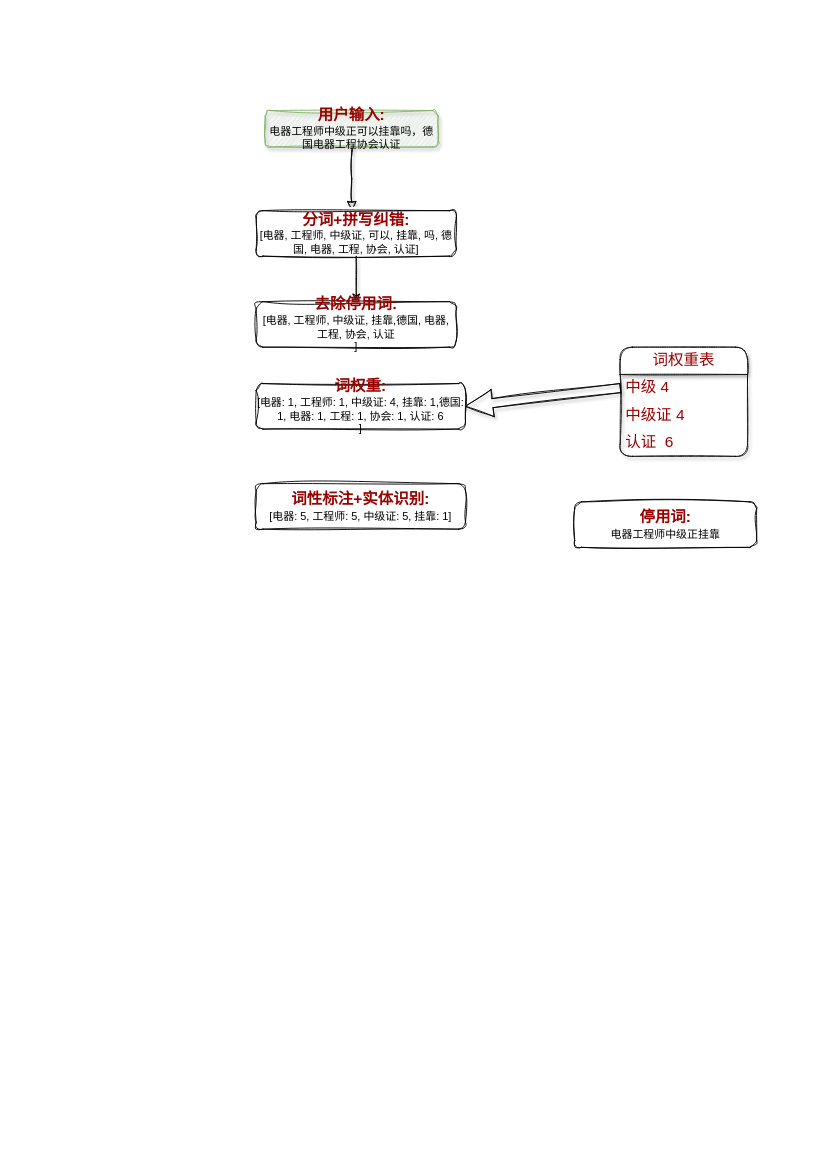
xuhaowork/myStudio keeps this draw.io diagram as 未命名绘图.drawio. Above is the earlier version. Source tidied: cells renumbered, new cells numbered last; positions are measured from the earlier drawing's top-left corner, leaving out a move shared by most shapes. Both pictures are drawn from the tidied source at 91%, with x=0, y=0 at pixel (256, 110).
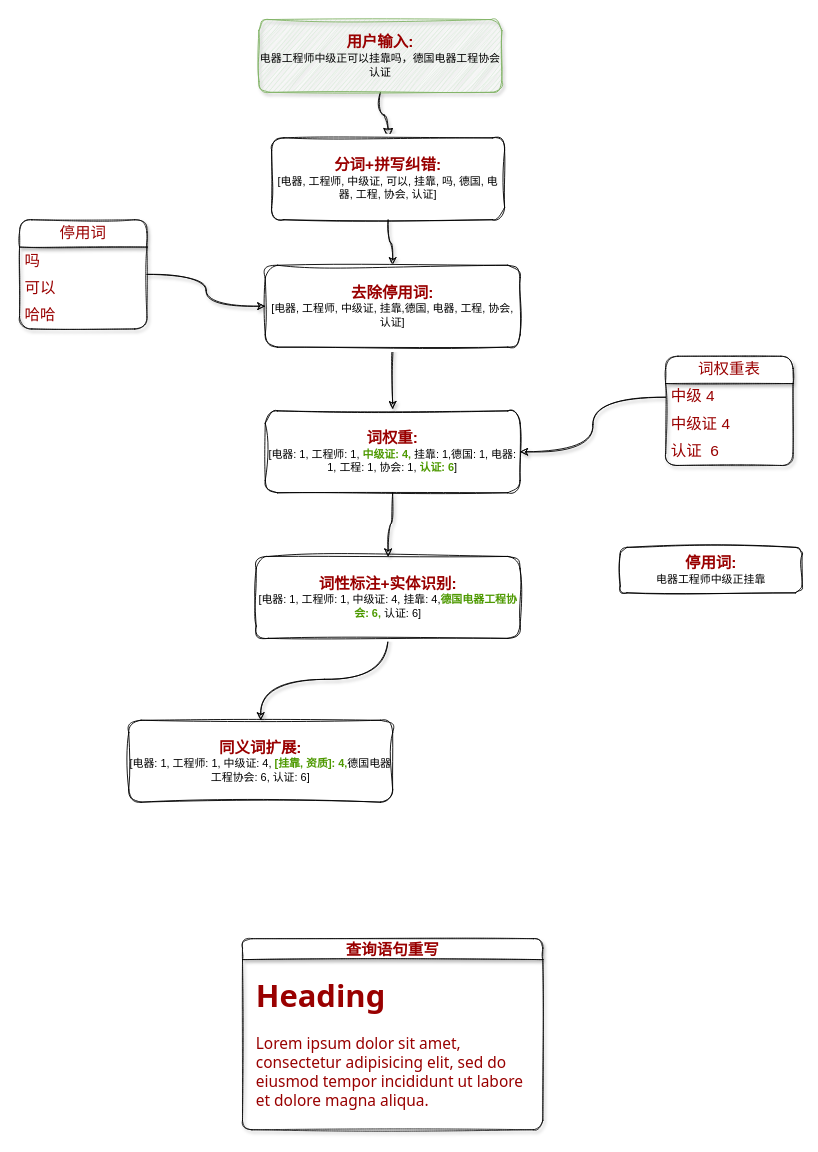
The same page after the edit.

Commit message (it also covers changes not shown here):
更新未命名绘图.drawio

Unchanged cells that the change refers to:
```xml
<mxCell id="11" value="中级 4" style="text;strokeColor=none;fillColor=none;align=left;verticalAlign=middle;spacingLeft=4;spacingRight=4;overflow=hidden;points=[[0,0.5],[1,0.5]];portConstraint=eastwest;whiteSpace=wrap;html=1;fontSize=17;fontColor=#990000;" parent="10" vertex="1">
  <mxGeometry y="30" width="140" height="30" as="geometry" />
</mxCell>
```

What changed in the source:
```diff
@@
-    <mxCell id="2" style="rounded=0;html=1;jettySize=auto;fontSize=11;endArrow=block;endFill=0;endSize=8;strokeWidth=1;shadow=1;labelBackgroundColor=none;edgeStyle=elbowEdgeStyle;sketch=1;curveFitting=1;jiggle=2;" parent="1" edge="1" source="3" target="5">
+    <mxCell id="2" style="rounded=0;html=1;jettySize=auto;fontSize=11;endArrow=block;endFill=0;endSize=8;strokeWidth=1;shadow=1;labelBackgroundColor=none;edgeStyle=orthogonalEdgeStyle;sketch=1;curveFitting=1;jiggle=2;curved=1;" parent="1" edge="1" source="3" target="5">
       <mxGeometry relative="1" as="geometry" />
     </mxCell>
-    <mxCell id="3" value="&lt;b style=&quot;font-size: 17px;&quot;&gt;&lt;font style=&quot;font-size: 17px;&quot; color=&quot;#990000&quot;&gt;用户输入:&lt;/font&gt;&lt;br&gt;&lt;/b&gt;电器工程师中级正可以挂靠吗，德国电器工程协会认证" style="rounded=1;whiteSpace=wrap;html=1;fontSize=12;glass=0;strokeWidth=1;shadow=1;sketch=1;curveFitting=1;jiggle=2;fillColor=#d5e8d4;strokeColor=#82b366;" parent="1" vertex="1">
-      <mxGeometry x="10" width="190" height="40" as="geometry" />
+    <mxCell id="3" value="&lt;b style=&quot;font-size: 17px;&quot;&gt;&lt;font style=&quot;font-size: 17px;&quot; color=&quot;#990000&quot;&gt;用户输入:&lt;/font&gt;&lt;br&gt;&lt;/b&gt;&lt;font face=&quot;Tahoma&quot;&gt;电器工程师中级正可以挂靠吗，德国电器工程协会认证&lt;/font&gt;" style="rounded=1;whiteSpace=wrap;html=1;fontSize=12;glass=0;strokeWidth=1;shadow=1;sketch=1;curveFitting=1;jiggle=2;fillColor=#d5e8d4;strokeColor=#82b366;" parent="1" vertex="1">
+      <mxGeometry x="3" y="-100" width="267" height="80" as="geometry" />
     </mxCell>
-    <mxCell id="4" style="edgeStyle=elbowEdgeStyle;rounded=0;sketch=1;jettySize=auto;html=1;exitX=0.5;exitY=1;exitDx=0;exitDy=0;shadow=1;fontSize=17;fontColor=#990000;" parent="1" edge="1" source="5" target="6">
+    <mxCell id="4" style="edgeStyle=orthogonalEdgeStyle;rounded=0;sketch=1;jettySize=auto;html=1;exitX=0.5;exitY=1;exitDx=0;exitDy=0;shadow=1;fontSize=17;fontColor=#990000;curved=1;" parent="1" edge="1" source="5" target="6">
       <mxGeometry relative="1" as="geometry" />
     </mxCell>
     <mxCell id="5" value="&lt;b style=&quot;border-color: var(--border-color); font-size: 17px;&quot;&gt;&lt;font style=&quot;border-color: var(--border-color);&quot; color=&quot;#990000&quot;&gt;分词+拼写纠错:&lt;/font&gt;&lt;br style=&quot;border-color: var(--border-color);&quot;&gt;&lt;/b&gt;[电器, 工程师, 中级证, 可以, 挂靠, 吗, 德国, 电器, 工程, 协会, 认证]" style="rounded=1;whiteSpace=wrap;html=1;fontSize=12;glass=0;strokeWidth=1;shadow=0;sketch=1;curveFitting=1;jiggle=2;" parent="1" vertex="1">
-      <mxGeometry y="110" width="220" height="50" as="geometry" />
+      <mxGeometry x="17" y="30" width="256" height="90" as="geometry" />
     </mxCell>
+    <mxCell id="15" style="edgeStyle=orthogonalEdgeStyle;rounded=0;sketch=1;jettySize=auto;html=1;exitX=0.5;exitY=1;exitDx=0;exitDy=0;shadow=1;fontFamily=Tahoma;fontSize=17;fontColor=#990000;targetPerimeterSpacing=2;curved=1;" parent="1" edge="1" source="6" target="8">
+      <mxGeometry relative="1" as="geometry" />
+    </mxCell>
-    <mxCell id="6" value="&lt;b style=&quot;border-color: var(--border-color); font-size: 17px;&quot;&gt;&lt;font style=&quot;border-color: var(--border-color);&quot; color=&quot;#990000&quot;&gt;去除停用词:&lt;br&gt;&lt;/font&gt;&lt;/b&gt;[电器, 工程师, 中级证, 挂靠,德国, 电器, 工程, 协会, 认证&lt;br&gt;]" style="rounded=1;whiteSpace=wrap;html=1;fontSize=12;glass=0;strokeWidth=1;shadow=0;sketch=1;curveFitting=1;jiggle=2;" parent="1" vertex="1">
-      <mxGeometry y="210" width="220" height="50" as="geometry" />
+    <mxCell id="6" value="&lt;b style=&quot;border-color: var(--border-color); font-size: 17px;&quot;&gt;&lt;font style=&quot;border-color: var(--border-color);&quot; color=&quot;#990000&quot;&gt;去除停用词:&lt;br&gt;&lt;/font&gt;&lt;/b&gt;[电器, 工程师, 中级证, 挂靠,德国, 电器, 工程, 协会, 认证]" style="rounded=1;whiteSpace=wrap;html=1;fontSize=12;glass=0;strokeWidth=1;shadow=0;sketch=1;curveFitting=1;jiggle=2;" parent="1" vertex="1">
+      <mxGeometry x="10" y="170" width="280" height="90" as="geometry" />
     </mxCell>
     <mxCell id="7" value="&lt;b style=&quot;border-color: var(--border-color); font-size: 17px;&quot;&gt;&lt;font style=&quot;border-color: var(--border-color);&quot; color=&quot;#990000&quot;&gt;停用词:&lt;/font&gt;&lt;br style=&quot;border-color: var(--border-color);&quot;&gt;&lt;/b&gt;电器工程师中级正挂靠" style="rounded=1;whiteSpace=wrap;html=1;fontSize=12;glass=0;strokeWidth=1;shadow=0;sketch=1;curveFitting=1;jiggle=2;" parent="1" vertex="1">
-      <mxGeometry x="350" y="430" width="200" height="50" as="geometry" />
+      <mxGeometry x="400" y="480" width="200" height="50" as="geometry" />
     </mxCell>
+    <mxCell id="16" style="edgeStyle=orthogonalEdgeStyle;curved=1;rounded=0;sketch=1;jettySize=auto;html=1;entryX=0.5;entryY=0;entryDx=0;entryDy=0;shadow=1;fontFamily=Tahoma;fontSize=17;fontColor=#990000;targetPerimeterSpacing=2;" parent="1" edge="1" source="8" target="9">
+      <mxGeometry relative="1" as="geometry" />
+    </mxCell>
-    <mxCell id="8" value="&lt;b style=&quot;border-color: var(--border-color); font-size: 17px;&quot;&gt;&lt;font style=&quot;border-color: var(--border-color);&quot; color=&quot;#990000&quot;&gt;词权重:&lt;/font&gt;&lt;br style=&quot;border-color: var(--border-color);&quot;&gt;&lt;/b&gt;[电器: 1, 工程师: 1, 中级证: 4, 挂靠: 1,德国: 1, 电器: 1, 工程: 1, 协会: 1, 认证: 6&lt;br&gt;]" style="rounded=1;whiteSpace=wrap;html=1;fontSize=12;glass=0;strokeWidth=1;shadow=0;sketch=1;curveFitting=1;jiggle=2;" parent="1" vertex="1">
-      <mxGeometry y="300" width="230" height="50" as="geometry" />
+    <mxCell id="8" value="&lt;b style=&quot;border-color: var(--border-color); font-size: 17px;&quot;&gt;&lt;font style=&quot;border-color: var(--border-color);&quot; color=&quot;#990000&quot;&gt;词权重:&lt;/font&gt;&lt;br style=&quot;border-color: var(--border-color);&quot;&gt;&lt;/b&gt;[电器: 1, 工程师: 1, &lt;b&gt;&lt;font color=&quot;#4d9900&quot;&gt;中级证: 4, &lt;/font&gt;&lt;/b&gt;挂靠: 1,德国: 1, 电器: 1, 工程: 1, 协会: 1, &lt;b&gt;&lt;font color=&quot;#4d9900&quot;&gt;认证: 6&lt;/font&gt;&lt;/b&gt;]" style="rounded=1;whiteSpace=wrap;html=1;fontSize=12;glass=0;strokeWidth=1;shadow=0;sketch=1;curveFitting=1;jiggle=2;" parent="1" vertex="1">
+      <mxGeometry x="10" y="330" width="280" height="90" as="geometry" />
     </mxCell>
+    <mxCell id="17" style="edgeStyle=orthogonalEdgeStyle;curved=1;rounded=0;sketch=1;jettySize=auto;html=1;entryX=0.5;entryY=0;entryDx=0;entryDy=0;shadow=1;fontFamily=Tahoma;fontSize=17;fontColor=#990000;targetPerimeterSpacing=2;" parent="1" edge="1" source="9" target="25">
+      <mxGeometry relative="1" as="geometry" />
+    </mxCell>
-    <mxCell id="9" value="&lt;b style=&quot;border-color: var(--border-color); font-size: 17px;&quot;&gt;&lt;font style=&quot;border-color: var(--border-color);&quot; color=&quot;#990000&quot;&gt;词性标注+实体识别:&lt;/font&gt;&lt;br style=&quot;border-color: var(--border-color);&quot;&gt;&lt;/b&gt;[电器: 5, 工程师: 5, 中级证: 5, 挂靠: 1]" style="rounded=1;whiteSpace=wrap;html=1;fontSize=12;glass=0;strokeWidth=1;shadow=0;sketch=1;curveFitting=1;jiggle=2;" parent="1" vertex="1">
-      <mxGeometry y="410" width="230" height="50" as="geometry" />
+    <mxCell id="9" value="&lt;b style=&quot;border-color: var(--border-color); font-size: 17px;&quot;&gt;&lt;font style=&quot;border-color: var(--border-color);&quot; color=&quot;#990000&quot;&gt;词性标注+实体识别:&lt;/font&gt;&lt;br style=&quot;border-color: var(--border-color);&quot;&gt;&lt;/b&gt;[电器: 1, 工程师: 1, 中级证: 4, 挂靠: 4,&lt;b&gt;&lt;font color=&quot;#4d9900&quot;&gt;德国电器工程协会: 6, &lt;/font&gt;&lt;/b&gt;认证: 6]" style="rounded=1;whiteSpace=wrap;html=1;fontSize=12;glass=0;strokeWidth=1;shadow=0;sketch=1;curveFitting=1;jiggle=2;" parent="1" vertex="1">
+      <mxGeometry y="490" width="290" height="90" as="geometry" />
     </mxCell>
     <mxCell id="10" value="词权重表" style="swimlane;fontStyle=0;horizontal=1;startSize=30;whiteSpace=wrap;html=1;rounded=1;shadow=1;sketch=1;fontSize=17;fontColor=#990000;dashed=1;dashPattern=1 1;" parent="1" vertex="1">
-      <mxGeometry x="400" y="260" width="140" height="120" as="geometry" />
+      <mxGeometry x="450" y="270" width="140" height="120" as="geometry" />
     </mxCell>
@@
-    <mxCell id="14" style="edgeStyle=elbowEdgeStyle;rounded=0;sketch=1;jettySize=auto;html=1;entryX=1;entryY=0.5;entryDx=0;entryDy=0;shadow=1;fontSize=17;fontColor=#990000;shape=arrow;targetPerimeterSpacing=2;" parent="1" edge="1" source="11" target="8">
+    <mxCell id="14" style="edgeStyle=orthogonalEdgeStyle;rounded=0;sketch=1;jettySize=auto;html=1;entryX=1;entryY=0.5;entryDx=0;entryDy=0;shadow=1;fontSize=17;fontColor=#990000;targetPerimeterSpacing=2;curved=1;" parent="1" edge="1" source="11" target="8">
       <mxGeometry relative="1" as="geometry" />
     </mxCell>
+    <mxCell id="18" style="edgeStyle=orthogonalEdgeStyle;rounded=0;sketch=1;jettySize=auto;html=1;entryX=0;entryY=0.5;entryDx=0;entryDy=0;shadow=1;fontFamily=Tahoma;fontSize=17;fontColor=#990000;targetPerimeterSpacing=2;elbow=vertical;curved=1;" parent="1" edge="1" source="19" target="6">
+      <mxGeometry relative="1" as="geometry" />
+    </mxCell>
+    <mxCell id="19" value="停用词" style="swimlane;fontStyle=0;horizontal=1;startSize=30;whiteSpace=wrap;html=1;rounded=1;shadow=1;dashed=1;dashPattern=1 1;sketch=1;fontFamily=Tahoma;fontSize=17;fontColor=#990000;" parent="1" vertex="1">
+      <mxGeometry x="-260" y="120" width="140" height="120" as="geometry" />
+    </mxCell>
+    <mxCell id="20" value="吗" style="text;strokeColor=none;fillColor=none;align=left;verticalAlign=middle;spacingLeft=4;spacingRight=4;overflow=hidden;whiteSpace=wrap;html=1;fontSize=17;fontFamily=Tahoma;fontColor=#990000;" parent="19" vertex="1">
+      <mxGeometry y="30" width="140" height="30" as="geometry" />
+    </mxCell>
+    <mxCell id="21" value="可以" style="text;strokeColor=none;fillColor=none;align=left;verticalAlign=middle;spacingLeft=4;spacingRight=4;overflow=hidden;whiteSpace=wrap;html=1;fontSize=17;fontFamily=Tahoma;fontColor=#990000;" parent="19" vertex="1">
+      <mxGeometry y="60" width="140" height="30" as="geometry" />
+    </mxCell>
+    <mxCell id="22" value="哈哈" style="text;strokeColor=none;fillColor=none;align=left;verticalAlign=middle;spacingLeft=4;spacingRight=4;overflow=hidden;whiteSpace=wrap;html=1;fontSize=17;fontFamily=Tahoma;fontColor=#990000;" parent="19" vertex="1">
+      <mxGeometry y="90" width="140" height="30" as="geometry" />
+    </mxCell>
+    <mxCell id="23" value="查询语句重写" style="swimlane;whiteSpace=wrap;html=1;rounded=1;shadow=1;dashed=1;dashPattern=1 1;sketch=1;fontFamily=Tahoma;fontSize=17;fontColor=#990000;" parent="1" vertex="1">
+      <mxGeometry x="-15" y="910" width="330" height="210" as="geometry" />
+    </mxCell>
+    <mxCell id="24" value="&lt;h1&gt;Heading&lt;/h1&gt;&lt;p&gt;Lorem ipsum dolor sit amet, consectetur adipisicing elit, sed do eiusmod tempor incididunt ut labore et dolore magna aliqua.&lt;/p&gt;" style="text;html=1;strokeColor=none;fillColor=none;spacing=5;spacingTop=-20;whiteSpace=wrap;overflow=hidden;rounded=0;fontSize=17;fontFamily=Tahoma;fontColor=#990000;" parent="23" vertex="1">
+      <mxGeometry x="10" y="30" width="320" height="170" as="geometry" />
+    </mxCell>
+    <mxCell id="25" value="&lt;b style=&quot;border-color: var(--border-color); font-size: 17px;&quot;&gt;&lt;font style=&quot;border-color: var(--border-color);&quot; color=&quot;#990000&quot;&gt;同义词扩展:&lt;/font&gt;&lt;br style=&quot;border-color: var(--border-color);&quot;&gt;&lt;/b&gt;[电器: 1, 工程师: 1, 中级证: 4, &lt;b&gt;&lt;font color=&quot;#4d9900&quot;&gt;[挂靠, 资质]: 4,&lt;/font&gt;&lt;/b&gt;德国电器工程协会: 6, 认证: 6]" style="rounded=1;whiteSpace=wrap;html=1;fontSize=12;glass=0;strokeWidth=1;shadow=0;sketch=1;curveFitting=1;jiggle=2;" parent="1" vertex="1">
+      <mxGeometry x="-140" y="670" width="290" height="90" as="geometry" />
+    </mxCell>
```
